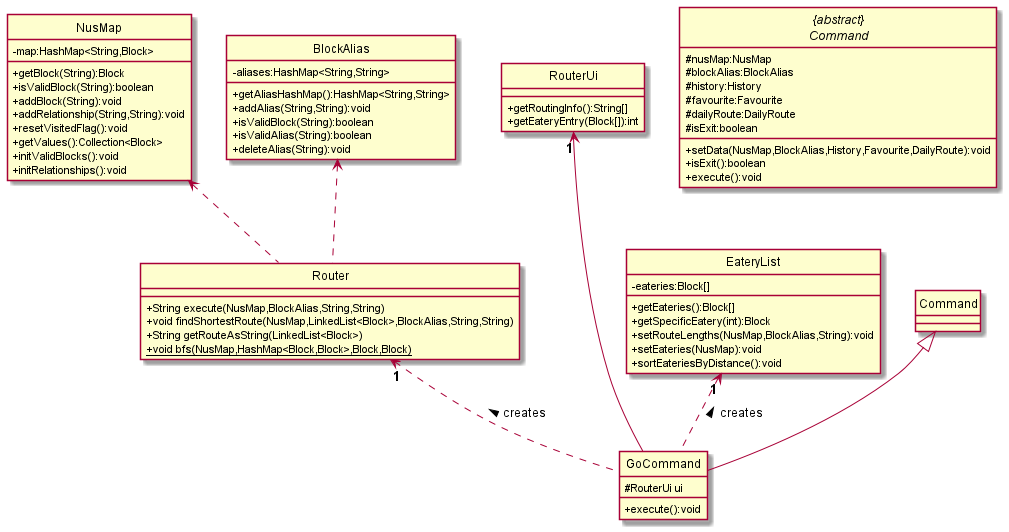
Before: docs/router.png, a diagram exported from PlantUML (nus-cs2113-AY2021S2/tp).
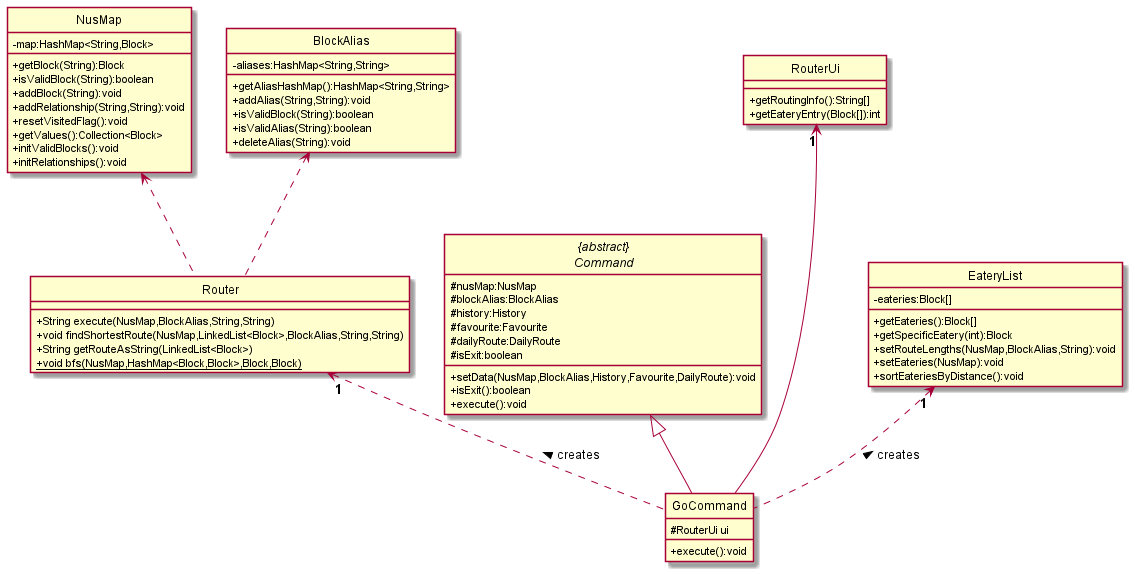
The same diagram one commit later.

Commit message:
removed unused header from sequence diagrams fixed wrong inheritance arrow in router diagram

Diff of the diagram source:
```diff
@@ -64,7 +64,7 @@
 + sortEateriesByDistance():void
 }
 
-Command <|-- GoCommand
+"{abstract}\nCommand" <|-- GoCommand
 Router "**1**" <.. GoCommand : creates <
 EateryList "**1**" <.. GoCommand : creates <
 NusMap <.. Router
```
